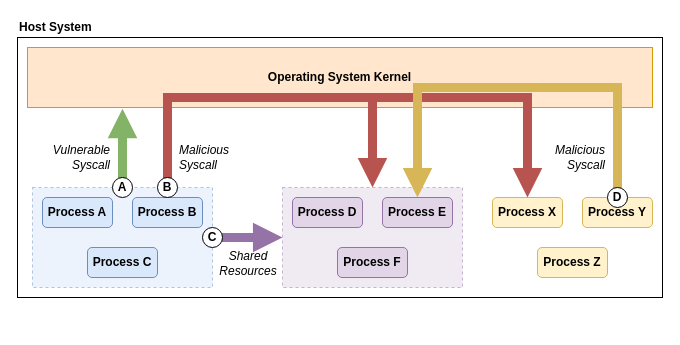
Above: thesis/figs/background/drawio/container_security.drawio in willfindlay/masters-thesis (draw.io), before the change. Source tidied: cells renumbered, new cells numbered last; positions are measured from the earlier drawing's top-left corner, leaving out a move shared by most shapes. Both pictures are drawn from the tidied source at 100%, with x=0, y=0 at pixel (17, 17).
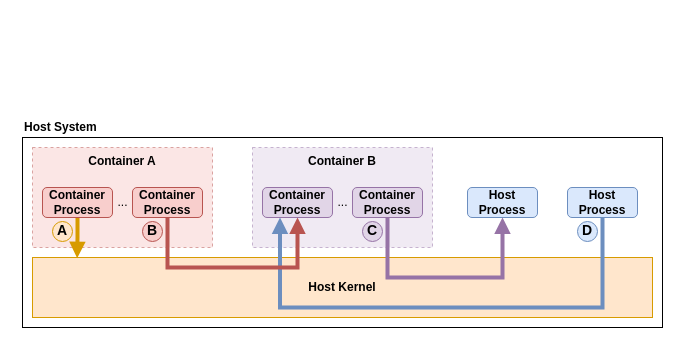
Above is the later version.

What changed in the source:
```diff
@@
-    <mxCell id="2" style="rounded=0;whiteSpace=wrap;html=1;align=center;" parent="1" vertex="1">
-      <mxGeometry y="20" width="645" height="260" as="geometry" />
-    </mxCell>
-    <mxCell id="3" style="edgeStyle=orthogonalEdgeStyle;rounded=0;jettySize=auto;html=1;exitX=1;exitY=0.5;exitDx=0;exitDy=0;strokeWidth=9;endArrow=block;endFill=1;fillColor=#e1d5e7;strokeColor=#9673a6;" parent="1" edge="1" source="5" target="9">
-      <mxGeometry relative="1" as="geometry" />
-    </mxCell>
-    <mxCell id="4" style="edgeStyle=orthogonalEdgeStyle;rounded=0;jettySize=auto;html=1;exitX=0.5;exitY=0;exitDx=0;exitDy=0;entryX=0.152;entryY=1.019;entryDx=0;entryDy=0;entryPerimeter=0;endArrow=block;endFill=1;strokeWidth=9;fillColor=#d5e8d4;strokeColor=#82b366;" parent="1" edge="1" source="5" target="16">
-      <mxGeometry relative="1" as="geometry" />
-    </mxCell>
-    <mxCell id="5" style="rounded=0;whiteSpace=wrap;html=1;fillColor=#dae8fc;strokeColor=#6c8ebf;dashed=1;opacity=50;" parent="1" vertex="1">
-      <mxGeometry x="15" y="170" width="180" height="100" as="geometry" />
-    </mxCell>
-    <mxCell id="6" value="Process A" style="rounded=1;whiteSpace=wrap;html=1;fillColor=#dae8fc;strokeColor=#6c8ebf;fontStyle=1;" parent="1" vertex="1">
-      <mxGeometry x="25" y="180" width="70" height="30" as="geometry" />
-    </mxCell>
-    <mxCell id="7" value="Process B" style="rounded=1;whiteSpace=wrap;html=1;fillColor=#dae8fc;strokeColor=#6c8ebf;fontStyle=1;" parent="1" vertex="1">
-      <mxGeometry x="115" y="180" width="70" height="30" as="geometry" />
-    </mxCell>
-    <mxCell id="8" value="Process C" style="rounded=1;whiteSpace=wrap;html=1;fillColor=#dae8fc;strokeColor=#6c8ebf;fontStyle=1;" parent="1" vertex="1">
-      <mxGeometry x="70" y="230" width="70" height="30" as="geometry" />
-    </mxCell>
-    <mxCell id="9" style="rounded=0;whiteSpace=wrap;html=1;fillColor=#e1d5e7;strokeColor=#9673a6;dashed=1;opacity=50;" parent="1" vertex="1">
-      <mxGeometry x="265" y="170" width="180" height="100" as="geometry" />
-    </mxCell>
-    <mxCell id="10" value="Process D" style="rounded=1;whiteSpace=wrap;html=1;fillColor=#e1d5e7;strokeColor=#9673a6;fontStyle=1;" parent="1" vertex="1">
-      <mxGeometry x="275" y="180" width="70" height="30" as="geometry" />
-    </mxCell>
-    <mxCell id="11" value="Process E" style="rounded=1;whiteSpace=wrap;html=1;fillColor=#e1d5e7;strokeColor=#9673a6;fontStyle=1;" parent="1" vertex="1">
-      <mxGeometry x="365" y="180" width="70" height="30" as="geometry" />
-    </mxCell>
-    <mxCell id="12" value="Process F" style="rounded=1;whiteSpace=wrap;html=1;fillColor=#e1d5e7;strokeColor=#9673a6;fontStyle=1;" parent="1" vertex="1">
-      <mxGeometry x="320" y="230" width="70" height="30" as="geometry" />
-    </mxCell>
-    <mxCell id="13" value="Process Y" style="rounded=1;whiteSpace=wrap;html=1;fillColor=#fff2cc;strokeColor=#d6b656;fontStyle=1;" parent="1" vertex="1">
-      <mxGeometry x="565" y="180" width="70" height="30" as="geometry" />
-    </mxCell>
-    <mxCell id="14" value="Process X" style="rounded=1;whiteSpace=wrap;html=1;fillColor=#fff2cc;strokeColor=#d6b656;fontStyle=1;" parent="1" vertex="1">
-      <mxGeometry x="475" y="180" width="70" height="30" as="geometry" />
-    </mxCell>
-    <mxCell id="15" value="Process Z" style="rounded=1;whiteSpace=wrap;html=1;fillColor=#fff2cc;strokeColor=#d6b656;fontStyle=1;" parent="1" vertex="1">
-      <mxGeometry x="520" y="230" width="70" height="30" as="geometry" />
-    </mxCell>
-    <mxCell id="16" value="Operating System Kernel" style="rounded=0;whiteSpace=wrap;html=1;fontStyle=1;fillColor=#ffe6cc;strokeColor=#d79b00;align=center;spacingLeft=0;verticalAlign=middle;" parent="1" vertex="1">
-      <mxGeometry x="10" y="30" width="625" height="60" as="geometry" />
-    </mxCell>
+    <mxCell id="29" style="rounded=0;whiteSpace=wrap;html=1;" parent="1" vertex="1">
+      <mxGeometry x="5" y="120" width="640" height="190" as="geometry" />
+    </mxCell>
+    <mxCell id="30" value="Host Kernel" style="rounded=0;whiteSpace=wrap;html=1;fillColor=#ffe6cc;strokeColor=#d79b00;fontStyle=1;" parent="1" vertex="1">
+      <mxGeometry x="15" y="240" width="620" height="60" as="geometry" />
+    </mxCell>
+    <mxCell id="31" value="Container A" style="rounded=0;whiteSpace=wrap;html=1;fillColor=#f8cecc;strokeColor=#b85450;dashed=1;opacity=50;fontStyle=1;verticalAlign=top;" parent="1" vertex="1">
+      <mxGeometry x="15" y="130" width="180" height="100" as="geometry" />
+    </mxCell>
+    <mxCell id="32" value="Container B" style="rounded=0;whiteSpace=wrap;html=1;fillColor=#e1d5e7;strokeColor=#9673a6;dashed=1;opacity=50;fontStyle=1;verticalAlign=top;" parent="1" vertex="1">
+      <mxGeometry x="235" y="130" width="180" height="100" as="geometry" />
+    </mxCell>
+    <mxCell id="33" style="edgeStyle=orthogonalEdgeStyle;rounded=0;jettySize=auto;html=1;exitX=0.5;exitY=1;exitDx=0;exitDy=0;entryX=0.25;entryY=1;entryDx=0;entryDy=0;fontSize=14;endArrow=block;endFill=1;strokeWidth=4;fillColor=#dae8fc;strokeColor=#6c8ebf;" parent="1" edge="1" source="34" target="42">
+      <mxGeometry relative="1" as="geometry">
+        <Array as="points">
+          <mxPoint x="585" y="290" />
+          <mxPoint x="263" y="290" />
+          <mxPoint x="263" y="200" />
+        </Array>
+      </mxGeometry>
+    </mxCell>
+    <mxCell id="34" value="Host Process" style="rounded=1;whiteSpace=wrap;html=1;fillColor=#dae8fc;strokeColor=#6c8ebf;fontStyle=1;" parent="1" vertex="1">
+      <mxGeometry x="550" y="170" width="70" height="30" as="geometry" />
+    </mxCell>
+    <mxCell id="35" value="Host Process" style="rounded=1;whiteSpace=wrap;html=1;fillColor=#dae8fc;strokeColor=#6c8ebf;fontStyle=1;" parent="1" vertex="1">
+      <mxGeometry x="450" y="170" width="70" height="30" as="geometry" />
+    </mxCell>
+    <mxCell id="36" style="edgeStyle=orthogonalEdgeStyle;rounded=0;jettySize=auto;html=1;exitX=0.5;exitY=1;exitDx=0;exitDy=0;entryX=0.072;entryY=0.011;entryDx=0;entryDy=0;entryPerimeter=0;strokeWidth=4;fillColor=#ffe6cc;strokeColor=#d79b00;endArrow=block;endFill=1;" parent="1" edge="1" source="37" target="30">
+      <mxGeometry relative="1" as="geometry" />
+    </mxCell>
+    <mxCell id="37" value="Container Process" style="rounded=1;whiteSpace=wrap;html=1;fillColor=#f8cecc;strokeColor=#b85450;fontStyle=1;" parent="1" vertex="1">
+      <mxGeometry x="25" y="170" width="70" height="30" as="geometry" />
+    </mxCell>
+    <mxCell id="38" style="edgeStyle=orthogonalEdgeStyle;rounded=0;jettySize=auto;html=1;exitX=0.5;exitY=1;exitDx=0;exitDy=0;entryX=0.5;entryY=1;entryDx=0;entryDy=0;strokeWidth=4;fillColor=#f8cecc;strokeColor=#b85450;endArrow=block;endFill=1;" parent="1" edge="1" source="39" target="42">
+      <mxGeometry relative="1" as="geometry">
+        <Array as="points">
+          <mxPoint x="150" y="250" />
+          <mxPoint x="280" y="250" />
+        </Array>
+      </mxGeometry>
+    </mxCell>
+    <mxCell id="39" value="Container Process" style="rounded=1;whiteSpace=wrap;html=1;fillColor=#f8cecc;strokeColor=#b85450;fontStyle=1;" parent="1" vertex="1">
+      <mxGeometry x="115" y="170" width="70" height="30" as="geometry" />
+    </mxCell>
+    <mxCell id="40" style="edgeStyle=orthogonalEdgeStyle;rounded=0;jettySize=auto;html=1;exitX=0.5;exitY=1;exitDx=0;exitDy=0;strokeWidth=4;fillColor=#e1d5e7;strokeColor=#9673a6;endArrow=block;endFill=1;entryX=0.5;entryY=1;entryDx=0;entryDy=0;" parent="1" edge="1" source="41" target="35">
+      <mxGeometry relative="1" as="geometry">
+        <Array as="points">
+          <mxPoint x="370" y="260" />
+          <mxPoint x="485" y="260" />
+        </Array>
+      </mxGeometry>
+    </mxCell>
+    <mxCell id="41" value="Container Process" style="rounded=1;whiteSpace=wrap;html=1;fillColor=#e1d5e7;strokeColor=#9673a6;fontStyle=1;" parent="1" vertex="1">
+      <mxGeometry x="335" y="170" width="70" height="30" as="geometry" />
+    </mxCell>
+    <mxCell id="42" value="Container Process" style="rounded=1;whiteSpace=wrap;html=1;fillColor=#e1d5e7;strokeColor=#9673a6;fontStyle=1;" parent="1" vertex="1">
+      <mxGeometry x="245" y="170" width="70" height="30" as="geometry" />
+    </mxCell>
+    <mxCell id="43" value="..." style="text;html=1;align=center;verticalAlign=middle;strokeColor=none;" parent="1" vertex="1">
+      <mxGeometry x="90" y="175" width="30" height="20" as="geometry" />
+    </mxCell>
+    <mxCell id="44" value="..." style="text;html=1;align=center;verticalAlign=middle;strokeColor=none;" parent="1" vertex="1">
+      <mxGeometry x="310" y="175" width="30" height="20" as="geometry" />
+    </mxCell>
-    <mxCell id="17" value="A" style="ellipse;whiteSpace=wrap;html=1;align=center;fontStyle=1;" parent="1" vertex="1">
-      <mxGeometry x="95" y="160" width="20" height="20" as="geometry" />
+    <mxCell id="17" value="A" style="ellipse;whiteSpace=wrap;html=1;align=center;fontStyle=1;fontSize=14;fillColor=#ffe6cc;strokeColor=#d79b00;verticalAlign=bottom;" parent="1" vertex="1">
+      <mxGeometry x="35" y="204" width="20" height="20" as="geometry" />
     </mxCell>
+    <mxCell id="24" value="B" style="ellipse;whiteSpace=wrap;html=1;align=center;fontStyle=1;fontSize=14;fillColor=#f8cecc;strokeColor=#b85450;verticalAlign=bottom;" parent="1" vertex="1">
+      <mxGeometry x="125" y="204" width="20" height="20" as="geometry" />
+    </mxCell>
-    <mxCell id="18" value="C" style="ellipse;whiteSpace=wrap;html=1;align=center;fontStyle=1;" parent="1" vertex="1">
-      <mxGeometry x="185" y="210" width="20" height="20" as="geometry" />
+    <mxCell id="18" value="C" style="ellipse;whiteSpace=wrap;html=1;align=center;fontStyle=1;fontSize=14;fillColor=#e1d5e7;strokeColor=#9673a6;verticalAlign=bottom;" parent="1" vertex="1">
+      <mxGeometry x="345" y="204" width="20" height="20" as="geometry" />
     </mxCell>
-    <mxCell id="19" style="edgeStyle=orthogonalEdgeStyle;rounded=0;jettySize=auto;html=1;entryX=0.5;entryY=0;entryDx=0;entryDy=0;endArrow=block;endFill=1;strokeWidth=9;fillColor=#f8cecc;strokeColor=#b85450;" parent="1" edge="1" target="9">
-      <mxGeometry relative="1" as="geometry">
-        <mxPoint x="150" y="170" as="sourcePoint" />
-        <Array as="points">
-          <mxPoint x="150" y="80" />
-          <mxPoint x="355" y="80" />
-        </Array>
-      </mxGeometry>
-    </mxCell>
+    <mxCell id="26" value="D" style="ellipse;whiteSpace=wrap;html=1;align=center;fontStyle=1;fontSize=14;fillColor=#dae8fc;strokeColor=#6c8ebf;verticalAlign=bottom;" parent="1" vertex="1">
+      <mxGeometry x="560" y="204" width="20" height="20" as="geometry" />
+    </mxCell>
     <mxCell id="20" value="Host System" style="text;html=1;align=left;verticalAlign=middle;strokeColor=none;fontStyle=1;" parent="1" vertex="1">
-      <mxGeometry width="90" height="20" as="geometry" />
+      <mxGeometry x="5" y="100" width="90" height="20" as="geometry" />
     </mxCell>
-    <mxCell id="21" value="Malicious Syscall" style="text;html=1;strokeColor=none;fillColor=none;align=left;verticalAlign=middle;whiteSpace=wrap;rounded=0;fontStyle=2;" parent="1" vertex="1">
-      <mxGeometry x="160" y="130" width="40" height="20" as="geometry" />
-    </mxCell>
-    <mxCell id="22" value="Vulnerable Syscall" style="text;html=1;strokeColor=none;fillColor=none;align=right;verticalAlign=middle;whiteSpace=wrap;rounded=0;fontStyle=2;" parent="1" vertex="1">
-      <mxGeometry x="55" y="130" width="40" height="20" as="geometry" />
-    </mxCell>
-    <mxCell id="23" style="edgeStyle=orthogonalEdgeStyle;rounded=0;jettySize=auto;html=1;exitX=0.75;exitY=0;exitDx=0;exitDy=0;entryX=0.5;entryY=0;entryDx=0;entryDy=0;endArrow=block;endFill=1;strokeWidth=9;fillColor=#f8cecc;strokeColor=#b85450;" parent="1" edge="1" source="5" target="14">
-      <mxGeometry relative="1" as="geometry">
-        <Array as="points">
-          <mxPoint x="150" y="80" />
-          <mxPoint x="510" y="80" />
-        </Array>
-      </mxGeometry>
-    </mxCell>
-    <mxCell id="24" value="B" style="ellipse;whiteSpace=wrap;html=1;align=center;fontStyle=1;" parent="1" vertex="1">
-      <mxGeometry x="140" y="160" width="20" height="20" as="geometry" />
-    </mxCell>
-    <mxCell id="25" style="edgeStyle=orthogonalEdgeStyle;rounded=0;jettySize=auto;html=1;exitX=0.5;exitY=0;exitDx=0;exitDy=0;entryX=0.5;entryY=0;entryDx=0;entryDy=0;endArrow=block;endFill=1;strokeWidth=9;fillColor=#fff2cc;strokeColor=#d6b656;jumpStyle=none;" parent="1" edge="1" source="13" target="11">
-      <mxGeometry relative="1" as="geometry">
-        <Array as="points">
-          <mxPoint x="600" y="70" />
-          <mxPoint x="400" y="70" />
-        </Array>
-      </mxGeometry>
-    </mxCell>
-    <mxCell id="26" value="D" style="ellipse;whiteSpace=wrap;html=1;align=center;fontStyle=1;" parent="1" vertex="1">
-      <mxGeometry x="590" y="170" width="20" height="20" as="geometry" />
-    </mxCell>
-    <mxCell id="27" value="Malicious Syscall" style="text;html=1;strokeColor=none;fillColor=none;align=right;verticalAlign=middle;whiteSpace=wrap;rounded=0;fontStyle=2;" parent="1" vertex="1">
-      <mxGeometry x="550" y="130" width="40" height="20" as="geometry" />
-    </mxCell>
-    <mxCell id="28" value="Shared Resources" style="text;html=1;strokeColor=none;fillColor=none;align=center;verticalAlign=middle;whiteSpace=wrap;rounded=0;fontStyle=2;" parent="1" vertex="1">
-      <mxGeometry x="211" y="236" width="40" height="20" as="geometry" />
-    </mxCell>
```
